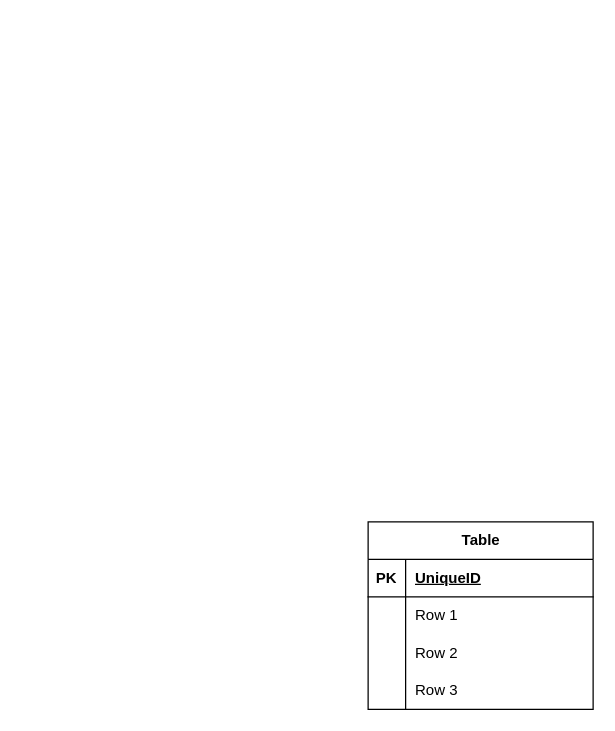
The draw.io diagram page "ER-diagram" (3 of 3) of document/未命名绘图.drawio in ntnu-OOAD/OOAD_project_backend, before the edit. Source tidied: cells renumbered, new cells numbered last; positions are measured from the earlier drawing's top-left corner, leaving out a move shared by most shapes. Both pictures are drawn from the tidied source at 125%, with x=0, y=0 at pixel (368, 521).
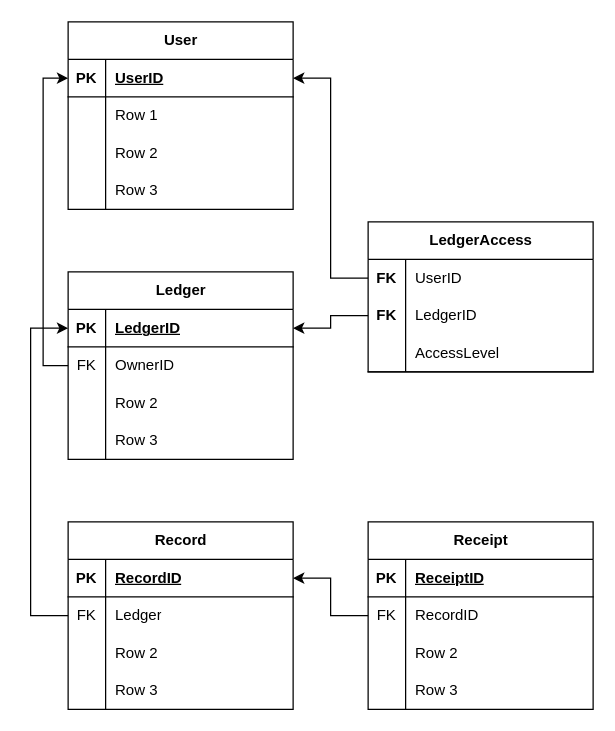
The same page after the edit.

The change refers to these unchanged cells:
```xml
<mxCell id="3" style="shape=tableRow;horizontal=0;startSize=0;swimlaneHead=0;swimlaneBody=0;fillColor=none;top=0;left=0;right=0;bottom=1;" parent="2" vertex="1">
  <mxGeometry y="30" width="180" height="30" as="geometry" />
</mxCell>
<mxCell id="6" style="shape=tableRow;horizontal=0;startSize=0;swimlaneHead=0;swimlaneBody=0;fillColor=none;top=0;left=0;right=0;bottom=0;" parent="2" vertex="1">
  <mxGeometry y="60" width="180" height="30" as="geometry" />
</mxCell>
```

Change to the diagram source:
```diff
@@
+    <mxCell id="15" style="edgeStyle=orthogonalEdgeStyle;rounded=0;jettySize=auto;html=1;entryX=1;entryY=0.5;entryDx=0;entryDy=0;" parent="1" edge="1" source="2" target="30">
+      <mxGeometry relative="1" as="geometry" />
+    </mxCell>
-    <mxCell id="2" value="Table" style="shape=table;startSize=30;childLayout=tableLayout;rowLines=0;fontStyle=1;align=center;html=1;" parent="1" vertex="1">
+    <mxCell id="2" value="Receipt" style="shape=table;startSize=30;childLayout=tableLayout;rowLines=0;fontStyle=1;align=center;html=1;" parent="1" vertex="1">
       <mxGeometry width="180" height="150" as="geometry" />
     </mxCell>
@@
-    <mxCell id="5" value="UniqueID" style="shape=partialRectangle;fillColor=none;top=0;left=0;bottom=0;right=0;align=left;spacingLeft=6;fontStyle=5;overflow=hidden;whiteSpace=wrap;html=1;" parent="3" vertex="1">
+    <mxCell id="5" value="ReceiptID" style="shape=partialRectangle;fillColor=none;top=0;left=0;bottom=0;right=0;align=left;spacingLeft=6;fontStyle=5;overflow=hidden;whiteSpace=wrap;html=1;" parent="3" vertex="1">
       <mxGeometry x="30" width="150" height="30" as="geometry" />
     </mxCell>
@@
-    <mxCell id="7" style="shape=partialRectangle;fillColor=none;top=0;left=0;bottom=0;right=0;overflow=hidden;whiteSpace=wrap;html=1;" parent="6" vertex="1">
+    <mxCell id="7" value="FK" style="shape=partialRectangle;fillColor=none;top=0;left=0;bottom=0;right=0;overflow=hidden;whiteSpace=wrap;html=1;" parent="6" vertex="1">
       <mxGeometry width="30" height="30" as="geometry" />
     </mxCell>
-    <mxCell id="8" value="Row 1" style="shape=partialRectangle;fillColor=none;top=0;left=0;bottom=0;right=0;align=left;spacingLeft=6;overflow=hidden;whiteSpace=wrap;html=1;" parent="6" vertex="1">
+    <mxCell id="8" value="RecordID" style="shape=partialRectangle;fillColor=none;top=0;left=0;bottom=0;right=0;align=left;spacingLeft=6;overflow=hidden;whiteSpace=wrap;html=1;" parent="6" vertex="1">
       <mxGeometry x="30" width="150" height="30" as="geometry" />
     </mxCell>
@@
+    <mxCell id="16" value="Ledger" style="shape=table;startSize=30;childLayout=tableLayout;rowLines=0;fontStyle=1;align=center;html=1;" parent="1" vertex="1">
+      <mxGeometry x="-240" y="-200" width="180" height="150" as="geometry" />
+    </mxCell>
+    <mxCell id="17" style="shape=tableRow;horizontal=0;startSize=0;swimlaneHead=0;swimlaneBody=0;fillColor=none;points=[[0,0.5],[1,0.5]];portConstraint=eastwest;top=0;left=0;right=0;bottom=1;" parent="16" vertex="1">
+      <mxGeometry y="30" width="180" height="30" as="geometry" />
+    </mxCell>
+    <mxCell id="18" value="PK" style="shape=partialRectangle;fillColor=none;top=0;left=0;bottom=0;right=0;fontStyle=1;overflow=hidden;whiteSpace=wrap;html=1;" parent="17" vertex="1">
+      <mxGeometry width="30" height="30" as="geometry" />
+    </mxCell>
+    <mxCell id="19" value="LedgerID" style="shape=partialRectangle;fillColor=none;top=0;left=0;bottom=0;right=0;align=left;spacingLeft=6;fontStyle=5;overflow=hidden;whiteSpace=wrap;html=1;" parent="17" vertex="1">
+      <mxGeometry x="30" width="150" height="30" as="geometry" />
+    </mxCell>
+    <mxCell id="20" style="shape=tableRow;horizontal=0;startSize=0;swimlaneHead=0;swimlaneBody=0;fillColor=none;points=[[0,0.5],[1,0.5]];portConstraint=eastwest;top=0;left=0;right=0;bottom=0;" parent="16" vertex="1">
+      <mxGeometry y="60" width="180" height="30" as="geometry" />
+    </mxCell>
+    <mxCell id="21" value="FK" style="shape=partialRectangle;fillColor=none;top=0;left=0;bottom=0;right=0;overflow=hidden;whiteSpace=wrap;html=1;" parent="20" vertex="1">
+      <mxGeometry width="30" height="30" as="geometry" />
+    </mxCell>
+    <mxCell id="22" value="OwnerID" style="shape=partialRectangle;fillColor=none;top=0;left=0;bottom=0;right=0;align=left;spacingLeft=6;overflow=hidden;whiteSpace=wrap;html=1;" parent="20" vertex="1">
+      <mxGeometry x="30" width="150" height="30" as="geometry" />
+    </mxCell>
+    <mxCell id="23" style="shape=tableRow;horizontal=0;startSize=0;swimlaneHead=0;swimlaneBody=0;fillColor=none;top=0;left=0;right=0;bottom=0;" parent="16" vertex="1">
+      <mxGeometry y="90" width="180" height="30" as="geometry" />
+    </mxCell>
+    <mxCell id="24" style="shape=partialRectangle;fillColor=none;top=0;left=0;bottom=0;right=0;overflow=hidden;whiteSpace=wrap;html=1;" parent="23" vertex="1">
+      <mxGeometry width="30" height="30" as="geometry" />
+    </mxCell>
+    <mxCell id="25" value="Row 2" style="shape=partialRectangle;fillColor=none;top=0;left=0;bottom=0;right=0;align=left;spacingLeft=6;overflow=hidden;whiteSpace=wrap;html=1;" parent="23" vertex="1">
+      <mxGeometry x="30" width="150" height="30" as="geometry" />
+    </mxCell>
+    <mxCell id="26" style="shape=tableRow;horizontal=0;startSize=0;swimlaneHead=0;swimlaneBody=0;fillColor=none;top=0;left=0;right=0;bottom=0;" parent="16" vertex="1">
+      <mxGeometry y="120" width="180" height="30" as="geometry" />
+    </mxCell>
+    <mxCell id="27" style="shape=partialRectangle;fillColor=none;top=0;left=0;bottom=0;right=0;overflow=hidden;whiteSpace=wrap;html=1;" parent="26" vertex="1">
+      <mxGeometry width="30" height="30" as="geometry" />
+    </mxCell>
+    <mxCell id="28" value="Row 3" style="shape=partialRectangle;fillColor=none;top=0;left=0;bottom=0;right=0;align=left;spacingLeft=6;overflow=hidden;whiteSpace=wrap;html=1;" parent="26" vertex="1">
+      <mxGeometry x="30" width="150" height="30" as="geometry" />
+    </mxCell>
+    <mxCell id="29" value="Record" style="shape=table;startSize=30;childLayout=tableLayout;rowLines=0;fontStyle=1;align=center;html=1;" parent="1" vertex="1">
+      <mxGeometry x="-240" width="180" height="150" as="geometry" />
+    </mxCell>
+    <mxCell id="30" style="shape=tableRow;horizontal=0;startSize=0;swimlaneHead=0;swimlaneBody=0;fillColor=none;points=[[0,0.5],[1,0.5]];portConstraint=eastwest;top=0;left=0;right=0;bottom=1;" parent="29" vertex="1">
+      <mxGeometry y="30" width="180" height="30" as="geometry" />
+    </mxCell>
+    <mxCell id="31" value="PK" style="shape=partialRectangle;fillColor=none;top=0;left=0;bottom=0;right=0;fontStyle=1;overflow=hidden;whiteSpace=wrap;html=1;" parent="30" vertex="1">
+      <mxGeometry width="30" height="30" as="geometry" />
+    </mxCell>
+    <mxCell id="32" value="RecordID" style="shape=partialRectangle;fillColor=none;top=0;left=0;bottom=0;right=0;align=left;spacingLeft=6;fontStyle=5;overflow=hidden;whiteSpace=wrap;html=1;" parent="30" vertex="1">
+      <mxGeometry x="30" width="150" height="30" as="geometry" />
+    </mxCell>
+    <mxCell id="33" style="shape=tableRow;horizontal=0;startSize=0;swimlaneHead=0;swimlaneBody=0;fillColor=none;points=[[0,0.5],[1,0.5]];portConstraint=eastwest;top=0;left=0;right=0;bottom=0;" parent="29" vertex="1">
+      <mxGeometry y="60" width="180" height="30" as="geometry" />
+    </mxCell>
+    <mxCell id="34" value="FK" style="shape=partialRectangle;fillColor=none;top=0;left=0;bottom=0;right=0;overflow=hidden;whiteSpace=wrap;html=1;" parent="33" vertex="1">
+      <mxGeometry width="30" height="30" as="geometry" />
+    </mxCell>
+    <mxCell id="35" value="Ledger" style="shape=partialRectangle;fillColor=none;top=0;left=0;bottom=0;right=0;align=left;spacingLeft=6;overflow=hidden;whiteSpace=wrap;html=1;" parent="33" vertex="1">
+      <mxGeometry x="30" width="150" height="30" as="geometry" />
+    </mxCell>
+    <mxCell id="36" style="shape=tableRow;horizontal=0;startSize=0;swimlaneHead=0;swimlaneBody=0;fillColor=none;top=0;left=0;right=0;bottom=0;" parent="29" vertex="1">
+      <mxGeometry y="90" width="180" height="30" as="geometry" />
+    </mxCell>
+    <mxCell id="37" style="shape=partialRectangle;fillColor=none;top=0;left=0;bottom=0;right=0;overflow=hidden;whiteSpace=wrap;html=1;" parent="36" vertex="1">
+      <mxGeometry width="30" height="30" as="geometry" />
+    </mxCell>
+    <mxCell id="38" value="Row 2" style="shape=partialRectangle;fillColor=none;top=0;left=0;bottom=0;right=0;align=left;spacingLeft=6;overflow=hidden;whiteSpace=wrap;html=1;" parent="36" vertex="1">
+      <mxGeometry x="30" width="150" height="30" as="geometry" />
+    </mxCell>
+    <mxCell id="39" style="shape=tableRow;horizontal=0;startSize=0;swimlaneHead=0;swimlaneBody=0;fillColor=none;top=0;left=0;right=0;bottom=0;" parent="29" vertex="1">
+      <mxGeometry y="120" width="180" height="30" as="geometry" />
+    </mxCell>
+    <mxCell id="40" style="shape=partialRectangle;fillColor=none;top=0;left=0;bottom=0;right=0;overflow=hidden;whiteSpace=wrap;html=1;" parent="39" vertex="1">
+      <mxGeometry width="30" height="30" as="geometry" />
+    </mxCell>
+    <mxCell id="41" value="Row 3" style="shape=partialRectangle;fillColor=none;top=0;left=0;bottom=0;right=0;align=left;spacingLeft=6;overflow=hidden;whiteSpace=wrap;html=1;" parent="39" vertex="1">
+      <mxGeometry x="30" width="150" height="30" as="geometry" />
+    </mxCell>
+    <mxCell id="42" value="User" style="shape=table;startSize=30;childLayout=tableLayout;rowLines=0;fontStyle=1;align=center;html=1;" parent="1" vertex="1">
+      <mxGeometry x="-240" y="-400" width="180" height="150" as="geometry" />
+    </mxCell>
+    <mxCell id="43" style="shape=tableRow;horizontal=0;startSize=0;swimlaneHead=0;swimlaneBody=0;fillColor=none;points=[[0,0.5],[1,0.5]];portConstraint=eastwest;top=0;left=0;right=0;bottom=1;" parent="42" vertex="1">
+      <mxGeometry y="30" width="180" height="30" as="geometry" />
+    </mxCell>
+    <mxCell id="44" value="PK" style="shape=partialRectangle;fillColor=none;top=0;left=0;bottom=0;right=0;fontStyle=1;overflow=hidden;whiteSpace=wrap;html=1;" parent="43" vertex="1">
+      <mxGeometry width="30" height="30" as="geometry" />
+    </mxCell>
+    <mxCell id="45" value="UserID" style="shape=partialRectangle;fillColor=none;top=0;left=0;bottom=0;right=0;align=left;spacingLeft=6;fontStyle=5;overflow=hidden;whiteSpace=wrap;html=1;" parent="43" vertex="1">
+      <mxGeometry x="30" width="150" height="30" as="geometry" />
+    </mxCell>
+    <mxCell id="46" style="shape=tableRow;horizontal=0;startSize=0;swimlaneHead=0;swimlaneBody=0;fillColor=none;top=0;left=0;right=0;bottom=0;" parent="42" vertex="1">
+      <mxGeometry y="60" width="180" height="30" as="geometry" />
+    </mxCell>
+    <mxCell id="47" style="shape=partialRectangle;fillColor=none;top=0;left=0;bottom=0;right=0;overflow=hidden;whiteSpace=wrap;html=1;" parent="46" vertex="1">
+      <mxGeometry width="30" height="30" as="geometry" />
+    </mxCell>
+    <mxCell id="48" value="Row 1" style="shape=partialRectangle;fillColor=none;top=0;left=0;bottom=0;right=0;align=left;spacingLeft=6;overflow=hidden;whiteSpace=wrap;html=1;" parent="46" vertex="1">
+      <mxGeometry x="30" width="150" height="30" as="geometry" />
+    </mxCell>
+    <mxCell id="49" style="shape=tableRow;horizontal=0;startSize=0;swimlaneHead=0;swimlaneBody=0;fillColor=none;top=0;left=0;right=0;bottom=0;" parent="42" vertex="1">
+      <mxGeometry y="90" width="180" height="30" as="geometry" />
+    </mxCell>
+    <mxCell id="50" style="shape=partialRectangle;fillColor=none;top=0;left=0;bottom=0;right=0;overflow=hidden;whiteSpace=wrap;html=1;" parent="49" vertex="1">
+      <mxGeometry width="30" height="30" as="geometry" />
+    </mxCell>
+    <mxCell id="51" value="Row 2" style="shape=partialRectangle;fillColor=none;top=0;left=0;bottom=0;right=0;align=left;spacingLeft=6;overflow=hidden;whiteSpace=wrap;html=1;" parent="49" vertex="1">
+      <mxGeometry x="30" width="150" height="30" as="geometry" />
+    </mxCell>
+    <mxCell id="52" style="shape=tableRow;horizontal=0;startSize=0;swimlaneHead=0;swimlaneBody=0;fillColor=none;top=0;left=0;right=0;bottom=0;" parent="42" vertex="1">
+      <mxGeometry y="120" width="180" height="30" as="geometry" />
+    </mxCell>
+    <mxCell id="53" style="shape=partialRectangle;fillColor=none;top=0;left=0;bottom=0;right=0;overflow=hidden;whiteSpace=wrap;html=1;" parent="52" vertex="1">
+      <mxGeometry width="30" height="30" as="geometry" />
+    </mxCell>
+    <mxCell id="54" value="Row 3" style="shape=partialRectangle;fillColor=none;top=0;left=0;bottom=0;right=0;align=left;spacingLeft=6;overflow=hidden;whiteSpace=wrap;html=1;" parent="52" vertex="1">
+      <mxGeometry x="30" width="150" height="30" as="geometry" />
+    </mxCell>
+    <mxCell id="55" value="LedgerAccess" style="shape=table;startSize=30;childLayout=tableLayout;rowLines=0;fontStyle=1;align=center;html=1;" parent="1" vertex="1">
+      <mxGeometry y="-240" width="180" height="120" as="geometry" />
+    </mxCell>
+    <mxCell id="56" style="shape=tableRow;horizontal=0;startSize=0;swimlaneHead=0;swimlaneBody=0;fillColor=none;points=[[0,0.5],[1,0.5]];portConstraint=eastwest;top=0;left=0;right=0;bottom=0;" parent="55" vertex="1">
+      <mxGeometry y="30" width="180" height="30" as="geometry" />
+    </mxCell>
+    <mxCell id="57" value="&lt;b&gt;FK&lt;/b&gt;" style="shape=partialRectangle;fillColor=none;top=0;left=0;bottom=0;right=0;overflow=hidden;whiteSpace=wrap;html=1;" parent="56" vertex="1">
+      <mxGeometry width="30" height="30" as="geometry" />
+    </mxCell>
+    <mxCell id="58" value="UserID" style="shape=partialRectangle;fillColor=none;top=0;left=0;bottom=0;right=0;align=left;spacingLeft=6;overflow=hidden;whiteSpace=wrap;html=1;" parent="56" vertex="1">
+      <mxGeometry x="30" width="150" height="30" as="geometry" />
+    </mxCell>
+    <mxCell id="59" style="shape=tableRow;horizontal=0;startSize=0;swimlaneHead=0;swimlaneBody=0;fillColor=none;points=[[0,0.5],[1,0.5]];portConstraint=eastwest;top=0;left=0;right=0;bottom=0;" parent="55" vertex="1">
+      <mxGeometry y="60" width="180" height="30" as="geometry" />
+    </mxCell>
+    <mxCell id="60" value="&lt;b&gt;FK&lt;/b&gt;" style="shape=partialRectangle;fillColor=none;top=0;left=0;bottom=0;right=0;overflow=hidden;whiteSpace=wrap;html=1;" parent="59" vertex="1">
+      <mxGeometry width="30" height="30" as="geometry" />
+    </mxCell>
+    <mxCell id="61" value="LedgerID" style="shape=partialRectangle;fillColor=none;top=0;left=0;bottom=0;right=0;align=left;spacingLeft=6;overflow=hidden;whiteSpace=wrap;html=1;" parent="59" vertex="1">
+      <mxGeometry x="30" width="150" height="30" as="geometry" />
+    </mxCell>
+    <mxCell id="62" style="shape=tableRow;horizontal=0;startSize=0;swimlaneHead=0;swimlaneBody=0;fillColor=none;top=0;left=0;right=0;bottom=1;" parent="55" vertex="1">
+      <mxGeometry y="90" width="180" height="30" as="geometry" />
+    </mxCell>
+    <mxCell id="63" style="shape=partialRectangle;fillColor=none;top=0;left=0;bottom=0;right=0;fontStyle=1;overflow=hidden;whiteSpace=wrap;html=1;" parent="62" vertex="1">
+      <mxGeometry width="30" height="30" as="geometry" />
+    </mxCell>
+    <mxCell id="64" value="AccessLevel" style="shape=partialRectangle;fillColor=none;top=0;left=0;bottom=0;right=0;align=left;spacingLeft=6;fontStyle=0;overflow=hidden;whiteSpace=wrap;html=1;flipV=1;flipH=1;" parent="62" vertex="1">
+      <mxGeometry x="30" width="150" height="30" as="geometry" />
+    </mxCell>
+    <mxCell id="65" style="edgeStyle=orthogonalEdgeStyle;rounded=0;jettySize=auto;html=1;entryX=0;entryY=0.5;entryDx=0;entryDy=0;" parent="1" edge="1" source="20" target="43">
+      <mxGeometry relative="1" as="geometry" />
+    </mxCell>
+    <mxCell id="66" style="edgeStyle=orthogonalEdgeStyle;rounded=0;jettySize=auto;html=1;entryX=1;entryY=0.5;entryDx=0;entryDy=0;" parent="1" edge="1" source="59" target="17">
+      <mxGeometry relative="1" as="geometry" />
+    </mxCell>
+    <mxCell id="67" style="edgeStyle=orthogonalEdgeStyle;rounded=0;jettySize=auto;html=1;entryX=1;entryY=0.5;entryDx=0;entryDy=0;" parent="1" edge="1" source="56" target="43">
+      <mxGeometry relative="1" as="geometry" />
+    </mxCell>
+    <mxCell id="68" style="edgeStyle=orthogonalEdgeStyle;rounded=0;jettySize=auto;html=1;entryX=0;entryY=0.5;entryDx=0;entryDy=0;" parent="1" edge="1" source="33" target="17">
+      <mxGeometry relative="1" as="geometry">
+        <Array as="points">
+          <mxPoint x="-270" y="75" />
+          <mxPoint x="-270" y="-155" />
+        </Array>
+      </mxGeometry>
+    </mxCell>
```
